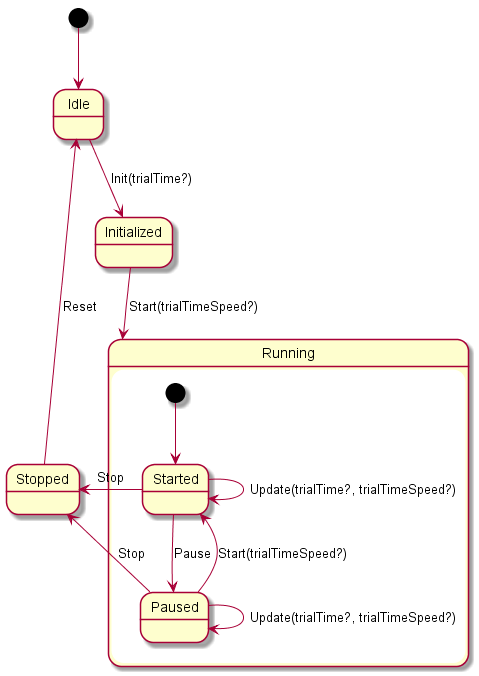
Earlier version of the PlantUML export out/doc/uml/statediagram/statediagram.png (DRIVER-EU/test-bed-time-service).
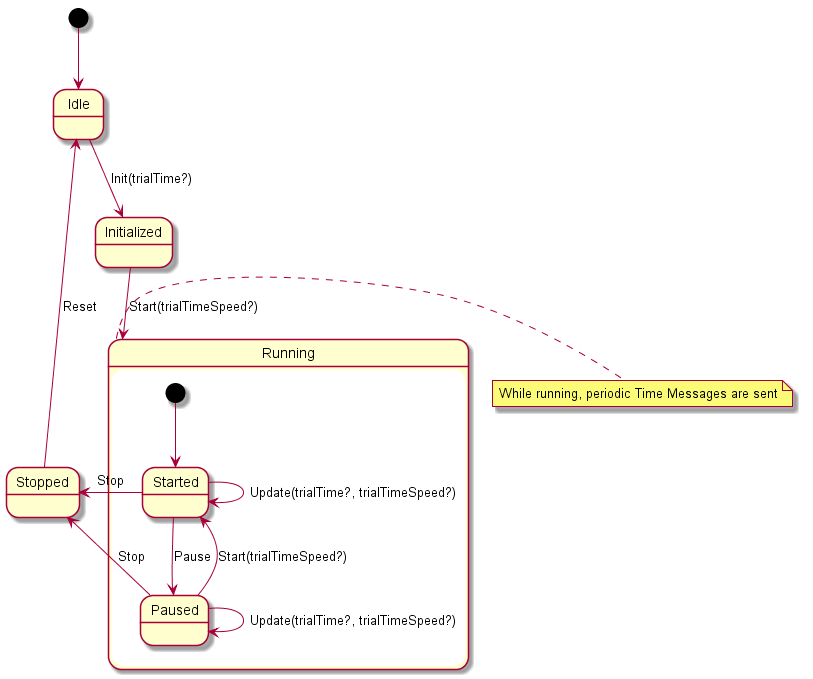
Later version of the same file.

Change to the diagram source:
```diff
@@ -9,8 +9,9 @@
     Paused --> Started : Start(trialTimeSpeed?)
     Started --> Started : Update(trialTime?, trialTimeSpeed?)
     Paused --> Paused : Update(trialTime?, trialTimeSpeed?)
+}
 
-}
+note right of Running : While running, periodic Time Messages are sent
 
 Started -left-> Stopped : Stop
 Paused -left-> Stopped : Stop
```
